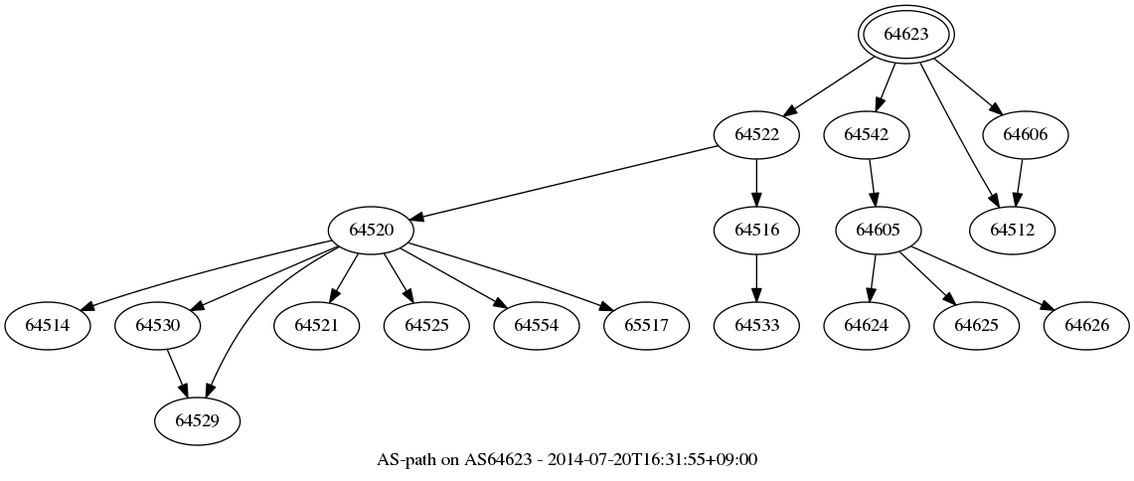
Before: aspath/as64623.png, a diagram exported from Graphviz (Flast/flast.github.io). Its source is kept beside it as aspath/as64623.gv.
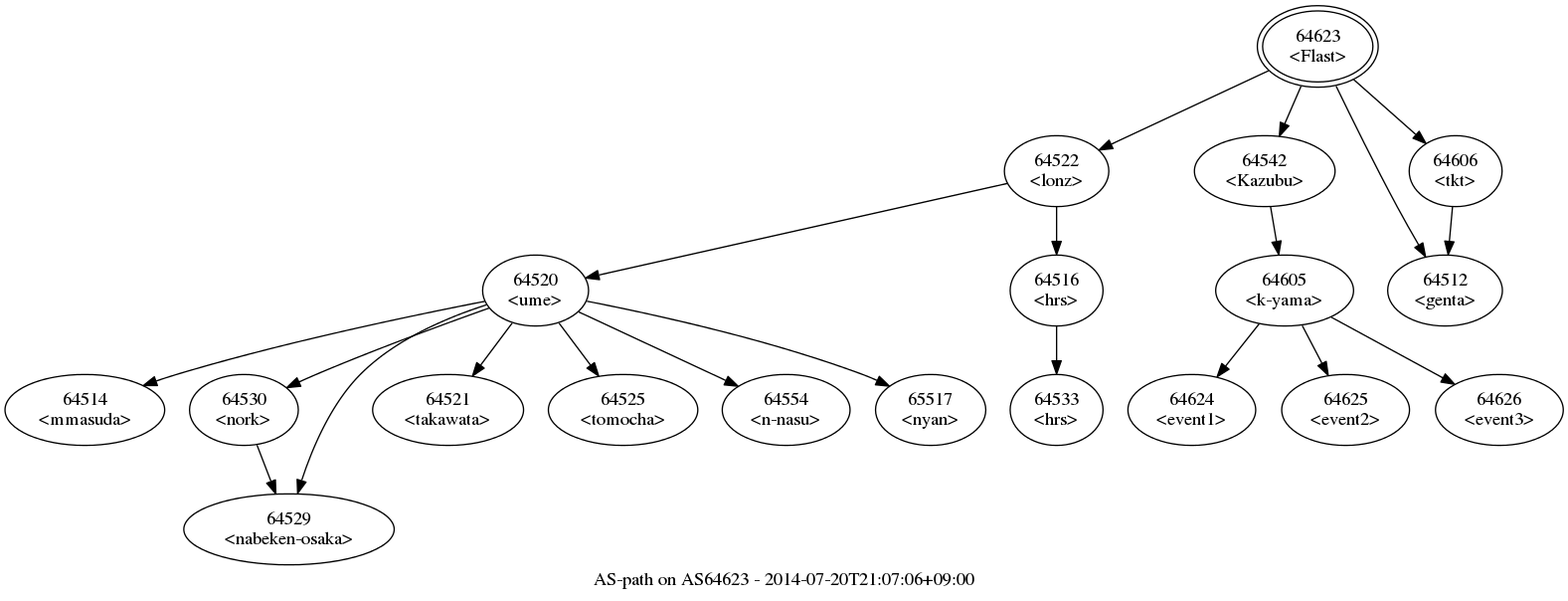
Above is the later version.

What changed in the source:
```diff
@@ -1,107 +1,107 @@
 digraph aspath {
-	graph [bb="0,0,848,355",
+	graph [bb="0,0,1175,445",
 		center="",
-		label="AS-path on AS64623 - 2014-07-20T16:31:55+09:00",
+		label="AS-path on AS64623 - 2014-07-20T21:07:06+09:00",
 		lheight=0.21,
-		lp="424,11.5",
+		lp="587.5,11.5",
 		lwidth=4.00
 	];
 	node [label="\N"];
-	64623	 [height=0.61111,
-		label=64623,
+	64623	 [height=0.8575,
+		label="64623\n<Flast>",
 		peripheries=2,
-		pos="680,333",
-		width=1.0069];
-	64522	 [height=0.5,
-		label=64522,
-		pos="567,257",
-		width=0.89579];
-	64623 -> 64522	 [pos="e,587.15,271.2 656.04,316.31 638.36,304.73 614.25,288.94 595.57,276.71"];
-	64542	 [height=0.5,
-		label=64542,
-		pos="650,257",
-		width=0.89579];
-	64623 -> 64542	 [pos="e,656.9,275.01 671.64,311.39 668.27,303.06 664.33,293.34 660.74,284.5"];
-	64512	 [height=0.5,
-		label=64512,
-		pos="760,185",
-		width=0.89579];
-	64623 -> 64512	 [pos="e,750.04,202.6 690.45,311.54 700.2,292.6 715.26,263.73 729,239 734.07,229.87 739.8,219.97 744.94,211.22"];
-	64606	 [height=0.5,
-		label=64606,
-		pos="770,257",
-		width=0.89579];
-	64623 -> 64606	 [pos="e,752.57,272.33 700.87,314.84 713.98,304.06 730.97,290.09 744.83,278.7"];
-	64520	 [height=0.5,
-		label=64520,
-		pos="276,185",
-		width=0.89579];
-	64522 -> 64520	 [pos="e,305.28,193.04 538.03,249.03 485.44,236.38 374.23,209.63 315.01,195.38"];
-	64516	 [height=0.5,
-		label=64516,
-		pos="567,185",
-		width=0.89579];
-	64522 -> 64516	 [pos="e,567,203.1 567,238.7 567,230.98 567,221.71 567,213.11"];
-	64514	 [height=0.5,
-		label=64514,
-		pos="32,113",
-		width=0.89579];
-	64520 -> 64514	 [pos="e,56.678,124.6 246.55,177.52 206.91,168.52 134.39,151.05 74,131 71.429,130.15 68.79,129.21 66.147,128.24"];
-	64530	 [height=0.5,
-		label=64530,
-		pos="115,113",
-		width=0.89579];
-	64520 -> 64530	 [pos="e,139.57,124.68 251.2,173.22 223.82,161.31 179.58,142.08 148.98,128.77"];
-	64529	 [height=0.5,
-		label=64529,
-		pos="145,41",
-		width=0.89579];
-	64520 -> 64529	 [pos="e,151.37,58.978 252.2,172.7 234.51,163.4 210.64,148.86 194,131 176.9,112.65 163.68,87.221 155.3,68.243"];
-	64521	 [height=0.5,
-		label=64521,
-		pos="235,113",
-		width=0.89579];
-	64520 -> 64521	 [pos="e,244.74,130.63 266.49,167.76 261.54,159.32 255.38,148.8 249.83,139.31"];
-	64525	 [height=0.5,
-		label=64525,
-		pos="318,113",
-		width=0.89579];
-	64520 -> 64525	 [pos="e,308.02,130.63 285.74,167.76 290.81,159.32 297.12,148.8 302.81,139.31"];
-	64554	 [height=0.5,
-		label=64554,
-		pos="401,113",
-		width=0.89579];
-	64520 -> 64554	 [pos="e,378.74,126.47 298.06,171.65 318.02,160.47 347.62,143.89 369.96,131.38"];
-	65517	 [height=0.5,
-		label=65517,
-		pos="484,113",
-		width=0.89579];
-	64520 -> 65517	 [pos="e,458.8,124.56 303.83,175.82 336.97,165.91 393.92,148.38 442,131 444.4,130.13 446.86,129.22 449.33,128.27"];
-	64530 -> 64529	 [pos="e,137.73,58.956 122.11,95.411 125.57,87.335 129.82,77.431 133.71,68.355"];
-	64533	 [height=0.5,
-		label=64533,
-		pos="567,113",
-		width=0.89579];
-	64516 -> 64533	 [pos="e,567,131.1 567,166.7 567,158.98 567,149.71 567,141.11"];
-	64605	 [height=0.5,
-		label=64605,
-		pos="659,185",
-		width=0.89579];
-	64542 -> 64605	 [pos="e,656.8,203.1 652.22,238.7 653.22,230.98 654.41,221.71 655.51,213.11"];
-	64624	 [height=0.5,
-		label=64624,
-		pos="650,113",
-		width=0.89579];
-	64605 -> 64624	 [pos="e,652.2,131.1 656.78,166.7 655.78,158.98 654.59,149.71 653.49,141.11"];
-	64625	 [height=0.5,
-		label=64625,
-		pos="733,113",
-		width=0.89579];
-	64605 -> 64625	 [pos="e,717.33,128.82 674.69,169.15 684.9,159.5 698.38,146.75 709.81,135.94"];
-	64626	 [height=0.5,
-		label=64626,
-		pos="816,113",
-		width=0.89579];
-	64605 -> 64626	 [pos="e,791.64,124.86 683.53,173.06 710.15,161.2 752.8,142.18 782.49,128.94"];
-	64606 -> 64512	 [pos="e,762.44,203.1 767.53,238.7 766.43,230.98 765.1,221.71 763.87,213.11"];
+		pos="990,414",
+		width=1.26];
+	64522	 [height=0.74639,
+		label="64522\n<lonz>",
+		pos="793,320",
+		width=1.0916];
+	64623 -> 64522	 [pos="e,825,335.95 952.95,395.7 919.22,379.95 869.5,356.73 834.47,340.37"];
+	64542	 [height=0.74639,
+		label="64542\n<Kazubu>",
+		pos="950,320",
+		width=1.4727];
+	64623 -> 64542	 [pos="e,961.01,346.33 977.45,384.14 973.54,375.15 969.19,365.13 965.12,355.78"];
+	64512	 [height=0.74639,
+		label="64512\n<genta>",
+		pos="1086,230",
+		width=1.2061];
+	64623 -> 64512	 [pos="e,1071.3,255.54 1003.8,384.13 1015.7,359.66 1033.4,323.75 1050,293 1055.1,283.63 1060.7,273.61 1066.1,264.41"];
+	64606	 [height=0.74639,
+		label="64606\n<tkt>",
+		pos="1094,320",
+		width=0.97716];
+	64623 -> 64606	 [pos="e,1071.6,340.78 1017.1,389.07 1031.4,376.4 1049,360.81 1063.8,347.74"];
+	64520	 [height=0.74639,
+		label="64520\n<ume>",
+		pos="400,230",
+		width=1.1153];
+	64522 -> 64520	 [pos="e,437.74,239.45 756.03,310.72 684.53,294.71 527.37,259.52 447.95,241.74"];
+	64516	 [height=0.74639,
+		label="64516\n<hrs>",
+		pos="793,230",
+		width=0.97716];
+	64522 -> 64516	 [pos="e,793,257.05 793,293.07 793,285 793,275.94 793,267.3"];
+	64514	 [height=0.74639,
+		label="64514\n<mmasuda>",
+		pos="60,140",
+		width=1.6779];
+	64520 -> 64514	 [pos="e,104.14,158.38 361.59,221.81 308.85,211.58 211.33,191.33 130,167 124.72,165.42 119.27,163.65 113.84,161.79"];
+	64530	 [height=0.74639,
+		label="64530\n<nork>",
+		pos="180,140",
+		width=1.1391];
+	64520 -> 64530	 [pos="e,212.37,156.84 364.91,216.76 331.28,204.81 279.24,185.73 235,167 230.61,165.14 226.06,163.13 221.54,161.08"];
+	64529	 [height=0.74639,
+		label="64529\n<nabeken-osaka>",
+		pos="214,50",
+		width=2.207];
+	64520 -> 64529	 [pos="e,220.5,77.082 363.17,219.28 334.17,210 294.36,193.45 268,167 245.95,144.87 231.83,112.05 223.58,86.964"];
+	64521	 [height=0.74639,
+		label="64521\n<takawata>",
+		pos="334,140",
+		width=1.5872];
+	64520 -> 64521	 [pos="e,352.43,165.57 382.31,205.42 375.02,195.7 366.45,184.27 358.56,173.75"];
+	64525	 [height=0.74639,
+		label="64525\n<tomocha>",
+		pos="466,140",
+		width=1.5635];
+	64520 -> 64525	 [pos="e,447.57,165.57 417.69,205.42 424.98,195.7 433.55,184.27 441.44,173.75"];
+	64554	 [height=0.74639,
+		label="64554\n<n-nasu>",
+		pos="589,140",
+		width=1.3443];
+	64520 -> 64554	 [pos="e,552.74,157.88 432.49,213.87 463.07,199.63 509.17,178.17 543.42,162.22"];
+	65517	 [height=0.74639,
+		label="65517\n<nyan>",
+		pos="698,140",
+		width=1.1489];
+	64520 -> 65517	 [pos="e,666.86,157.93 438.71,221.95 487.84,212.39 574.77,193.43 646,167 649.78,165.6 653.64,164 657.47,162.3"];
+	64530 -> 64529	 [pos="e,204.07,76.701 189.83,113.55 193.12,105.05 196.84,95.418 200.36,86.307"];
+	64533	 [height=0.74639,
+		label="64533\n<hrs>",
+		pos="793,140",
+		width=0.97716];
+	64516 -> 64533	 [pos="e,793,167.05 793,203.07 793,195 793,185.94 793,177.3"];
+	64605	 [height=0.74639,
+		label="64605\n<k-yama>",
+		pos="965,230",
+		width=1.449];
+	64542 -> 64605	 [pos="e,960.56,257.05 954.42,293.07 955.81,284.91 957.37,275.74 958.86,267.01"];
+	64624	 [height=0.74639,
+		label="64624\n<event1>",
+		pos="895,140",
+		width=1.3443];
+	64605 -> 64624	 [pos="e,914.1,165.02 945.87,204.95 938,195.06 928.77,183.46 920.35,172.87"];
+	64625	 [height=0.74639,
+		label="64625\n<event2>",
+		pos="1011,140",
+		width=1.3443];
+	64605 -> 64625	 [pos="e,997.88,166.09 978.31,203.55 982.92,194.71 988.18,184.66 993.1,175.24"];
+	64626	 [height=0.74639,
+		label="64626\n<event3>",
+		pos="1127,140",
+		width=1.3443];
+	64605 -> 64626	 [pos="e,1093.3,159.3 1000.2,209.91 1024.9,196.48 1058.1,178.43 1084.3,164.17"];
+	64606 -> 64512	 [pos="e,1088.4,257.05 1091.6,293.07 1090.9,284.91 1090.1,275.74 1089.3,267.01"];
 }
```
